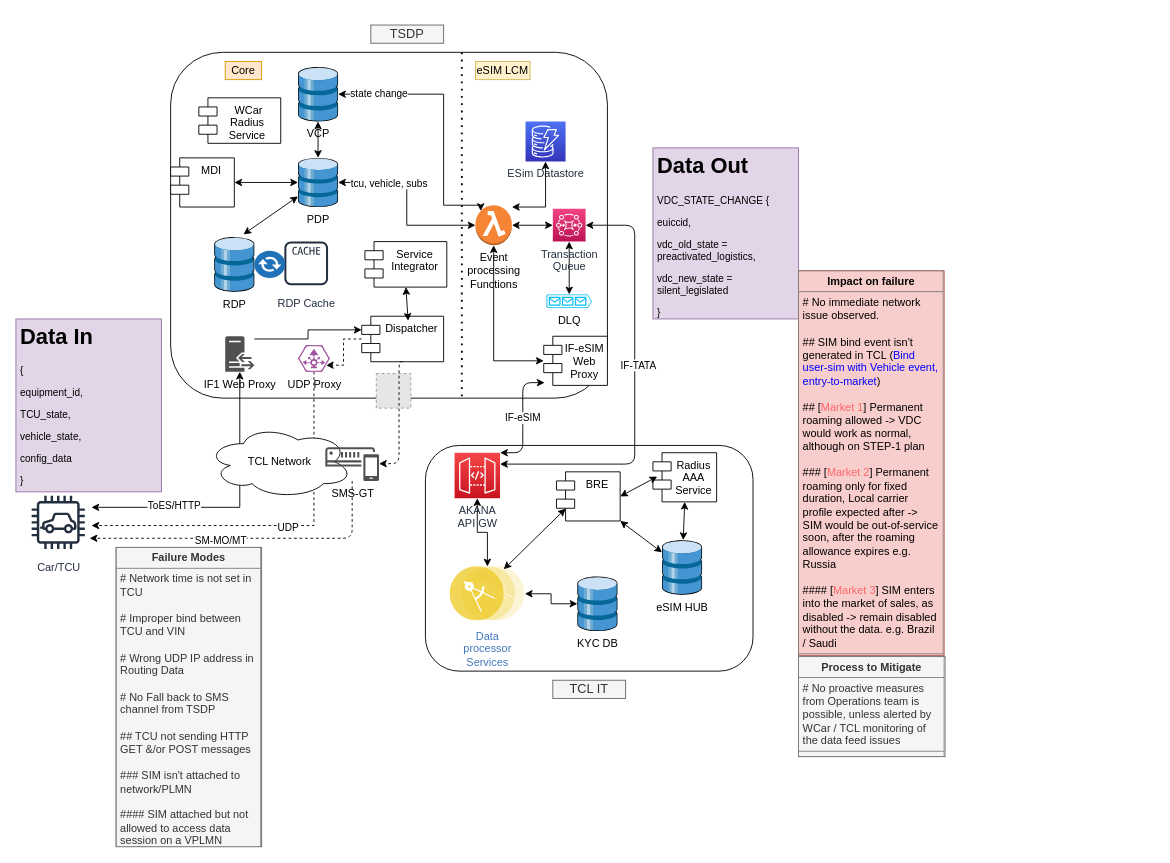
This is page "PDI at factory" (5 of 12) of src/main/resources/VDC_eSIM_dataflow_WC_TCL.drawio from subhachat/CodeKata, a draw.io file, before an edit. Source tidied: cells renumbered, new cells numbered last; positions are measured from the earlier drawing's top-left corner, leaving out a move shared by most shapes. Both pictures are drawn from the tidied source at 91%, with x=0, y=0 at pixel (15, 25). Pictures stored in the file or linked from it are replaced by grey dashed boxes.
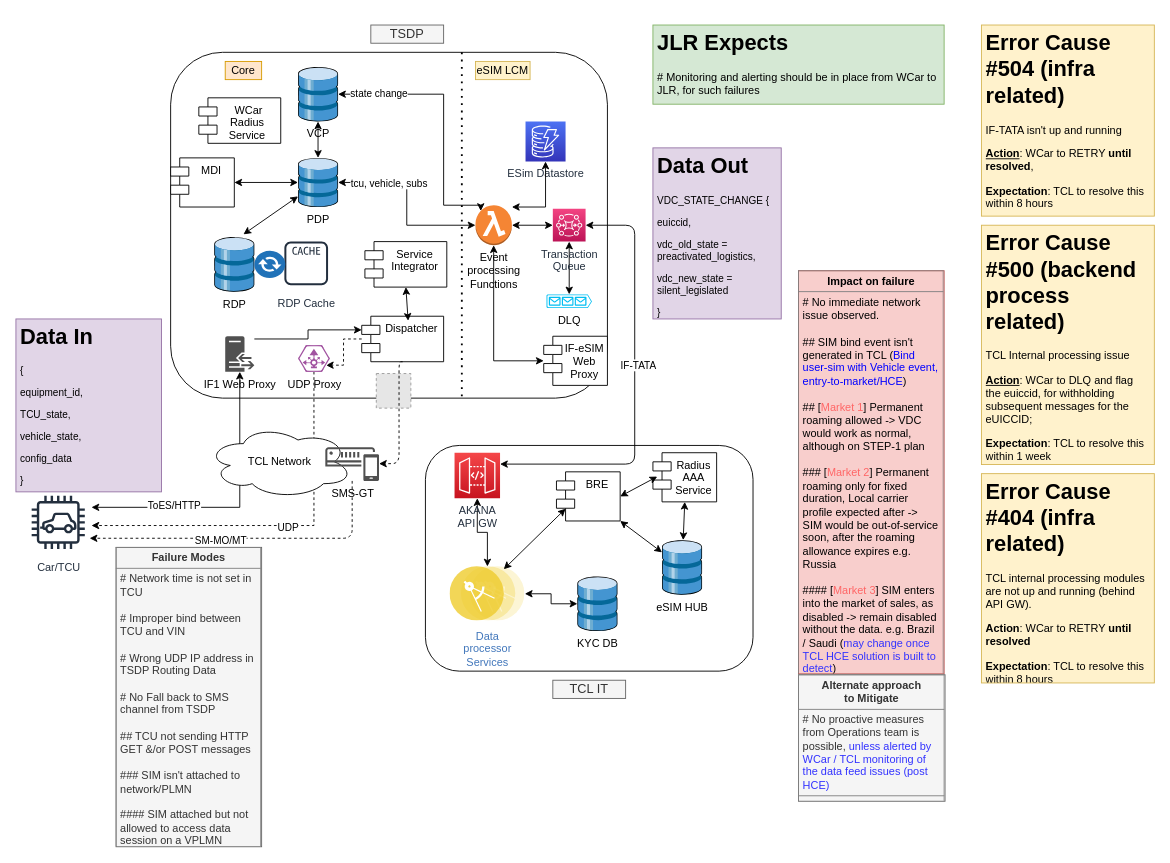
Above is the later version.

Unchanged cells that the change refers to:
```xml
<mxCell id="42" value="AKANA &lt;br&gt;API GW" style="points=[[0,0,0],[0.25,0,0],[0.5,0,0],[0.75,0,0],[1,0,0],[0,1,0],[0.25,1,0],[0.5,1,0],[0.75,1,0],[1,1,0],[0,0.25,0],[0,0.5,0],[0,0.75,0],[1,0.25,0],[1,0.5,0],[1,0.75,0]];outlineConnect=0;fontColor=#232F3E;gradientColor=#F54749;gradientDirection=north;fillColor=#C7131F;strokeColor=#ffffff;dashed=0;verticalLabelPosition=bottom;verticalAlign=top;align=center;html=1;fontSize=12;fontStyle=0;shape=mxgraph.aws4.resourceIcon;resIcon=mxgraph.aws4.api_gateway;" parent="1" vertex="1">
  <mxGeometry x="482" y="470" width="50" height="50" as="geometry" />
</mxCell>
```

Change to the diagram source:
```diff
@@
-    <mxCell id="57" value="IF-eSIM" style="edgeStyle=elbowEdgeStyle;elbow=horizontal;endArrow=classic;html=1;exitX=1;exitY=0;exitDx=0;exitDy=0;exitPerimeter=0;startArrow=classic;startFill=1;" parent="1" edge="1" source="42">
-      <mxGeometry relative="1" as="geometry">
-        <mxPoint x="581" y="393" as="targetPoint" />
-      </mxGeometry>
-    </mxCell>
@@
     <mxCell id="59" value="&lt;h1&gt;Data Out&lt;/h1&gt;&lt;span style=&quot;font-size: 11px&quot;&gt;VDC_STATE_CHANGE&amp;nbsp;&lt;/span&gt;&lt;span style=&quot;font-size: 11px&quot;&gt;{&amp;nbsp;&lt;/span&gt;&lt;span style=&quot;font-size: 11px&quot;&gt;&lt;br&gt;&lt;/span&gt;&lt;p style=&quot;font-size: 11px&quot;&gt;&lt;font style=&quot;font-size: 11px&quot;&gt;euiccid,&lt;/font&gt;&lt;/p&gt;&lt;p style=&quot;font-size: 11px&quot;&gt;&lt;font style=&quot;font-size: 11px&quot;&gt;vdc_old_state = preactivated_logistics,&lt;/font&gt;&lt;/p&gt;&lt;p style=&quot;font-size: 11px&quot;&gt;vdc_new_state = silent_legislated&lt;/p&gt;&lt;p style=&quot;font-size: 11px&quot;&gt;&lt;font style=&quot;font-size: 11px&quot;&gt;}&lt;/font&gt;&lt;/p&gt;&lt;p&gt;&lt;br&gt;&lt;/p&gt;" style="text;html=1;strokeColor=#9673a6;fillColor=#e1d5e7;spacing=5;spacingTop=-20;whiteSpace=wrap;overflow=hidden;rounded=0;" parent="1" vertex="1">
-      <mxGeometry x="700" y="135" width="160" height="188" as="geometry" />
+      <mxGeometry x="700" y="135" width="141" height="188" as="geometry" />
     </mxCell>
@@
-    <mxCell id="62" value="&lt;table border=&quot;1&quot; width=&quot;100%&quot; cellpadding=&quot;4&quot; style=&quot;width: 100% ; height: 100% ; border-collapse: collapse&quot;&gt;&lt;tbody&gt;&lt;tr&gt;&lt;th align=&quot;center&quot;&gt;&lt;b&gt;Impact on failure&lt;/b&gt;&lt;/th&gt;&lt;/tr&gt;&lt;tr&gt;&lt;td&gt;# No immediate network issue observed.&amp;nbsp;&lt;br&gt;&lt;br&gt;## SIM bind event isn't generated in TCL (&lt;font color=&quot;#0000ff&quot;&gt;Bind user-sim with Vehicle event, entry-to-market&lt;/font&gt;)&lt;br&gt;&lt;br&gt;## [&lt;font color=&quot;#ff6666&quot;&gt;Market 1&lt;/font&gt;] Permanent roaming allowed -&amp;gt; VDC would work as normal, although on STEP-1 plan&lt;br&gt;&lt;br&gt;### [&lt;font color=&quot;#ff6666&quot;&gt;Market 2&lt;/font&gt;] Permanent roaming only for fixed duration, Local carrier profile expected after -&amp;gt; SIM would be out-of-service soon, after the roaming allowance expires e.g. Russia&lt;br&gt;&lt;br&gt;#### [&lt;font color=&quot;#ff6666&quot;&gt;Market 3&lt;/font&gt;] SIM enters into the market of sales, as disabled -&amp;gt; remain disabled without the data. e.g. Brazil / Saudi&lt;br&gt;&lt;/td&gt;&lt;/tr&gt;&lt;tr&gt;&lt;td&gt;&lt;br&gt;&lt;/td&gt;&lt;/tr&gt;&lt;/tbody&gt;&lt;/table&gt;" style="text;html=1;strokeColor=#b85450;fillColor=#f8cecc;overflow=fill;whiteSpace=wrap;" parent="1" vertex="1">
-      <mxGeometry x="860" y="270" width="160" height="423" as="geometry" />
+    <mxCell id="62" value="&lt;table border=&quot;1&quot; width=&quot;100%&quot; cellpadding=&quot;4&quot; style=&quot;width: 100% ; height: 100% ; border-collapse: collapse&quot;&gt;&lt;tbody&gt;&lt;tr&gt;&lt;th align=&quot;center&quot;&gt;&lt;b&gt;Impact on failure&lt;/b&gt;&lt;/th&gt;&lt;/tr&gt;&lt;tr&gt;&lt;td&gt;# No immediate network issue observed.&amp;nbsp;&lt;br&gt;&lt;br&gt;## SIM bind event isn't generated in TCL (&lt;font color=&quot;#0000ff&quot;&gt;Bind user-sim with Vehicle event, entry-to-market/HCE&lt;/font&gt;)&lt;br&gt;&lt;br&gt;## [&lt;font color=&quot;#ff6666&quot;&gt;Market 1&lt;/font&gt;] Permanent roaming allowed -&amp;gt; VDC would work as normal, although on STEP-1 plan&lt;br&gt;&lt;br&gt;### [&lt;font color=&quot;#ff6666&quot;&gt;Market 2&lt;/font&gt;] Permanent roaming only for fixed duration, Local carrier profile expected after -&amp;gt; SIM would be out-of-service soon, after the roaming allowance expires e.g. Russia&lt;br&gt;&lt;br&gt;#### [&lt;font color=&quot;#ff6666&quot;&gt;Market 3&lt;/font&gt;] SIM enters into the market of sales, as disabled -&amp;gt; remain disabled without the data. e.g. Brazil / Saudi (&lt;font color=&quot;#3333ff&quot;&gt;may change once TCL HCE solution is built to detect&lt;/font&gt;)&lt;br&gt;&lt;/td&gt;&lt;/tr&gt;&lt;tr&gt;&lt;td&gt;&lt;br&gt;&lt;/td&gt;&lt;/tr&gt;&lt;/tbody&gt;&lt;/table&gt;" style="text;html=1;strokeColor=#b85450;fillColor=#f8cecc;overflow=fill;whiteSpace=wrap;" parent="1" vertex="1">
+      <mxGeometry x="860" y="270" width="160" height="443" as="geometry" />
     </mxCell>
@@
-    <mxCell id="68" value="&lt;table border=&quot;1&quot; width=&quot;100%&quot; cellpadding=&quot;4&quot; style=&quot;width: 100% ; height: 100% ; border-collapse: collapse&quot;&gt;&lt;tbody&gt;&lt;tr&gt;&lt;th align=&quot;center&quot;&gt;Failure Modes&lt;/th&gt;&lt;/tr&gt;&lt;tr&gt;&lt;td&gt;# Network time is not set in TCU&lt;br&gt;&lt;br&gt;# Improper bind between TCU and VIN&lt;br&gt;&lt;br&gt;# Wrong UDP IP address in Routing Data&lt;br&gt;&lt;br&gt;# No Fall back to SMS channel from TSDP&lt;br&gt;&lt;br&gt;## TCU not sending HTTP GET &amp;amp;/or POST messages&lt;br&gt;&lt;br&gt;### SIM isn't attached to network/PLMN&lt;br&gt;&lt;br&gt;#### SIM attached but not allowed to access data session on a VPLMN&lt;/td&gt;&lt;/tr&gt;&lt;tr&gt;&lt;td&gt;&lt;br&gt;&lt;/td&gt;&lt;/tr&gt;&lt;/tbody&gt;&lt;/table&gt;" style="text;html=1;strokeColor=#666666;fillColor=#f5f5f5;overflow=fill;whiteSpace=wrap;fontColor=#333333;" parent="1" vertex="1">
+    <mxCell id="68" value="&lt;table border=&quot;1&quot; width=&quot;100%&quot; cellpadding=&quot;4&quot; style=&quot;width: 100% ; height: 100% ; border-collapse: collapse&quot;&gt;&lt;tbody&gt;&lt;tr&gt;&lt;th align=&quot;center&quot;&gt;Failure Modes&lt;/th&gt;&lt;/tr&gt;&lt;tr&gt;&lt;td&gt;# Network time is not set in TCU&lt;br&gt;&lt;br&gt;# Improper bind between TCU and VIN&lt;br&gt;&lt;br&gt;# Wrong UDP IP address in TSDP Routing Data&lt;br&gt;&lt;br&gt;# No Fall back to SMS channel from TSDP&lt;br&gt;&lt;br&gt;## TCU not sending HTTP GET &amp;amp;/or POST messages&lt;br&gt;&lt;br&gt;### SIM isn't attached to network/PLMN&lt;br&gt;&lt;br&gt;#### SIM attached but not allowed to access data session on a VPLMN&lt;/td&gt;&lt;/tr&gt;&lt;tr&gt;&lt;td&gt;&lt;br&gt;&lt;/td&gt;&lt;/tr&gt;&lt;/tbody&gt;&lt;/table&gt;" style="text;html=1;strokeColor=#666666;fillColor=#f5f5f5;overflow=fill;whiteSpace=wrap;fontColor=#333333;" parent="1" vertex="1">
       <mxGeometry x="110" y="574" width="160" height="329" as="geometry" />
     </mxCell>
-    <mxCell id="69" value="&lt;table border=&quot;1&quot; width=&quot;100%&quot; cellpadding=&quot;4&quot; style=&quot;width: 100% ; height: 100% ; border-collapse: collapse&quot;&gt;&lt;tbody&gt;&lt;tr&gt;&lt;th align=&quot;center&quot;&gt;Process to Mitigate&lt;/th&gt;&lt;/tr&gt;&lt;tr&gt;&lt;td&gt;# No proactive measures from Operations team is possible, unless alerted by WCar / TCL monitoring of the data feed issues&lt;br&gt;&lt;/td&gt;&lt;/tr&gt;&lt;tr&gt;&lt;td&gt;&lt;br&gt;&lt;/td&gt;&lt;/tr&gt;&lt;/tbody&gt;&lt;/table&gt;" style="text;html=1;strokeColor=#666666;fillColor=#f5f5f5;overflow=fill;whiteSpace=wrap;fontColor=#333333;" parent="1" vertex="1">
-      <mxGeometry x="860" y="694" width="161" height="110" as="geometry" />
+    <mxCell id="69" value="&lt;table border=&quot;1&quot; width=&quot;100%&quot; cellpadding=&quot;4&quot; style=&quot;width: 100% ; height: 100% ; border-collapse: collapse&quot;&gt;&lt;tbody&gt;&lt;tr&gt;&lt;th align=&quot;center&quot;&gt;Alternate approach to&amp;nbsp;Mitigate&lt;/th&gt;&lt;/tr&gt;&lt;tr&gt;&lt;td&gt;# No proactive measures from Operations team is possible, &lt;font color=&quot;#3333ff&quot;&gt;unless alerted by WCar / TCL monitoring of the data feed issues (post HCE)&lt;/font&gt;&lt;br&gt;&lt;/td&gt;&lt;/tr&gt;&lt;tr&gt;&lt;td&gt;&lt;br&gt;&lt;/td&gt;&lt;/tr&gt;&lt;/tbody&gt;&lt;/table&gt;" style="text;html=1;strokeColor=#666666;fillColor=#f5f5f5;overflow=fill;whiteSpace=wrap;fontColor=#333333;" parent="1" vertex="1">
+      <mxGeometry x="860" y="714" width="161" height="139" as="geometry" />
     </mxCell>
+    <mxCell id="70" value="&lt;h1&gt;JLR Expects&lt;/h1&gt;&lt;p&gt;# Monitoring and alerting should be in place from WCar to JLR, for such failures&lt;br&gt;&lt;/p&gt;" style="text;html=1;strokeColor=#82b366;fillColor=#d5e8d4;spacing=5;spacingTop=-20;whiteSpace=wrap;overflow=hidden;rounded=0;" parent="1" vertex="1">
+      <mxGeometry x="700" width="320" height="87" as="geometry" />
+    </mxCell>
+    <mxCell id="71" value="&lt;h1&gt;Error Cause #504 (infra related)&lt;/h1&gt;&lt;p&gt;IF-TATA isn't up and running&lt;/p&gt;&lt;p&gt;&lt;b&gt;&lt;u&gt;Action&lt;/u&gt;&lt;/b&gt;: WCar to RETRY &lt;b&gt;until resolved&lt;/b&gt;,&amp;nbsp;&lt;/p&gt;&lt;p&gt;&lt;b&gt;Expectation&lt;/b&gt;: TCL to resolve this within 8 hours&lt;/p&gt;" style="text;html=1;strokeColor=#d6b656;fillColor=#fff2cc;spacing=5;spacingTop=-20;whiteSpace=wrap;overflow=hidden;rounded=0;" parent="1" vertex="1">
+      <mxGeometry x="1061" width="190" height="210" as="geometry" />
+    </mxCell>
+    <mxCell id="72" value="&lt;h1&gt;Error Cause #500 (backend process related)&lt;/h1&gt;&lt;p&gt;TCL Internal processing issue&lt;/p&gt;&lt;p&gt;&lt;b&gt;&lt;u&gt;Action&lt;/u&gt;&lt;/b&gt;: WCar to DLQ and flag the euiccid, for withholding subsequent messages for the eUICCID;&amp;nbsp;&lt;br&gt;&lt;/p&gt;&lt;b&gt;Expectation&lt;/b&gt;: TCL to resolve this within 1 week" style="text;html=1;strokeColor=#d6b656;fillColor=#fff2cc;spacing=5;spacingTop=-20;whiteSpace=wrap;overflow=hidden;rounded=0;" parent="1" vertex="1">
+      <mxGeometry x="1061" y="220" width="190" height="263" as="geometry" />
+    </mxCell>
+    <mxCell id="73" value="&lt;h1&gt;Error Cause #404 (infra related)&lt;/h1&gt;&lt;p&gt;TCL internal processing modules are not up and running (behind API GW).&amp;nbsp;&lt;br&gt;&lt;/p&gt;&lt;p&gt;&lt;b&gt;Action&lt;/b&gt;: WCar to RETRY &lt;b&gt;until resolved&lt;/b&gt;&lt;/p&gt;&lt;p&gt;&lt;b&gt;Expectation&lt;/b&gt;: TCL to resolve this within 8 hours&lt;br&gt;&lt;/p&gt;" style="text;html=1;strokeColor=#d6b656;fillColor=#fff2cc;spacing=5;spacingTop=-20;whiteSpace=wrap;overflow=hidden;rounded=0;" parent="1" vertex="1">
+      <mxGeometry x="1061" y="493" width="190" height="230" as="geometry" />
+    </mxCell>
```
